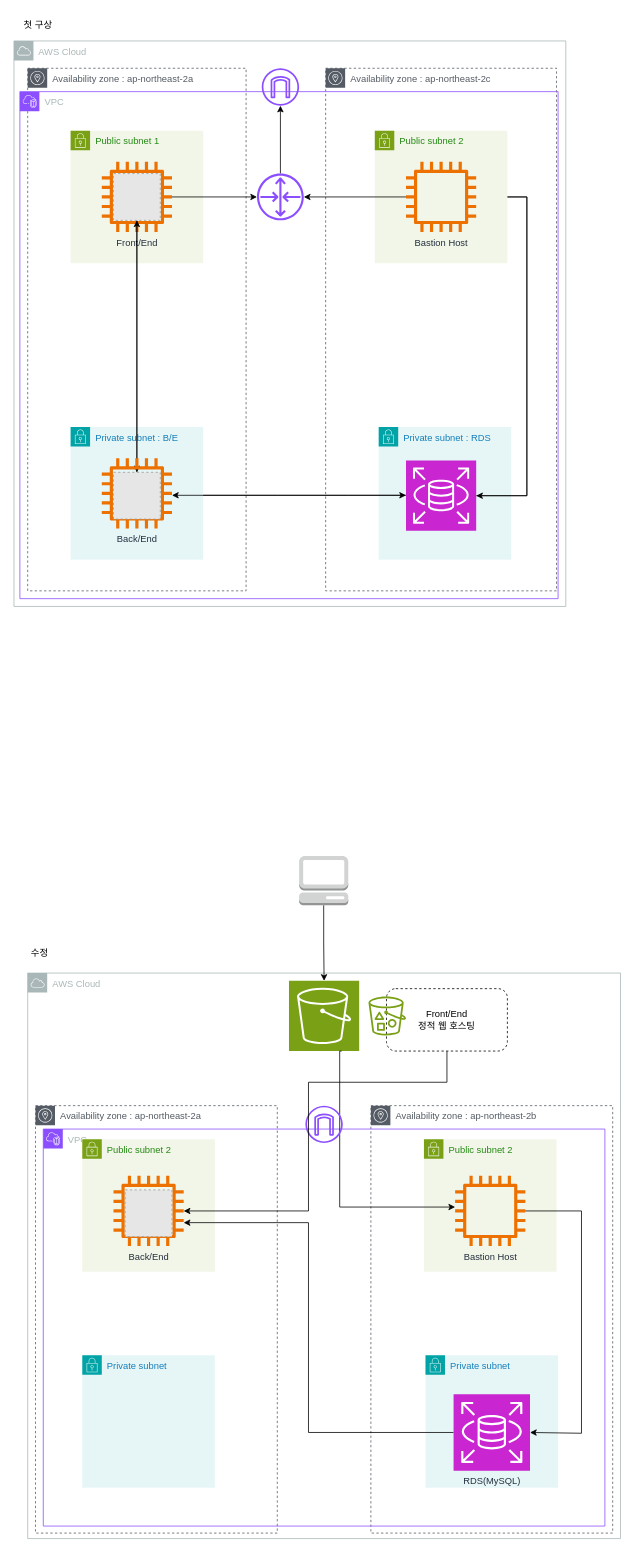
Before: 미니프로젝트-3 다이어그램.drawio in moonjichan/sesac_mini_3, a draw.io diagram. Source tidied: cells renumbered, new cells numbered last; positions are measured from the earlier drawing's top-left corner, leaving out a move shared by most shapes. Both pictures are drawn from the tidied source at 78%, with x=0, y=0 at pixel (13, 13). Pictures stored in the file or linked from it are replaced by grey dashed boxes.
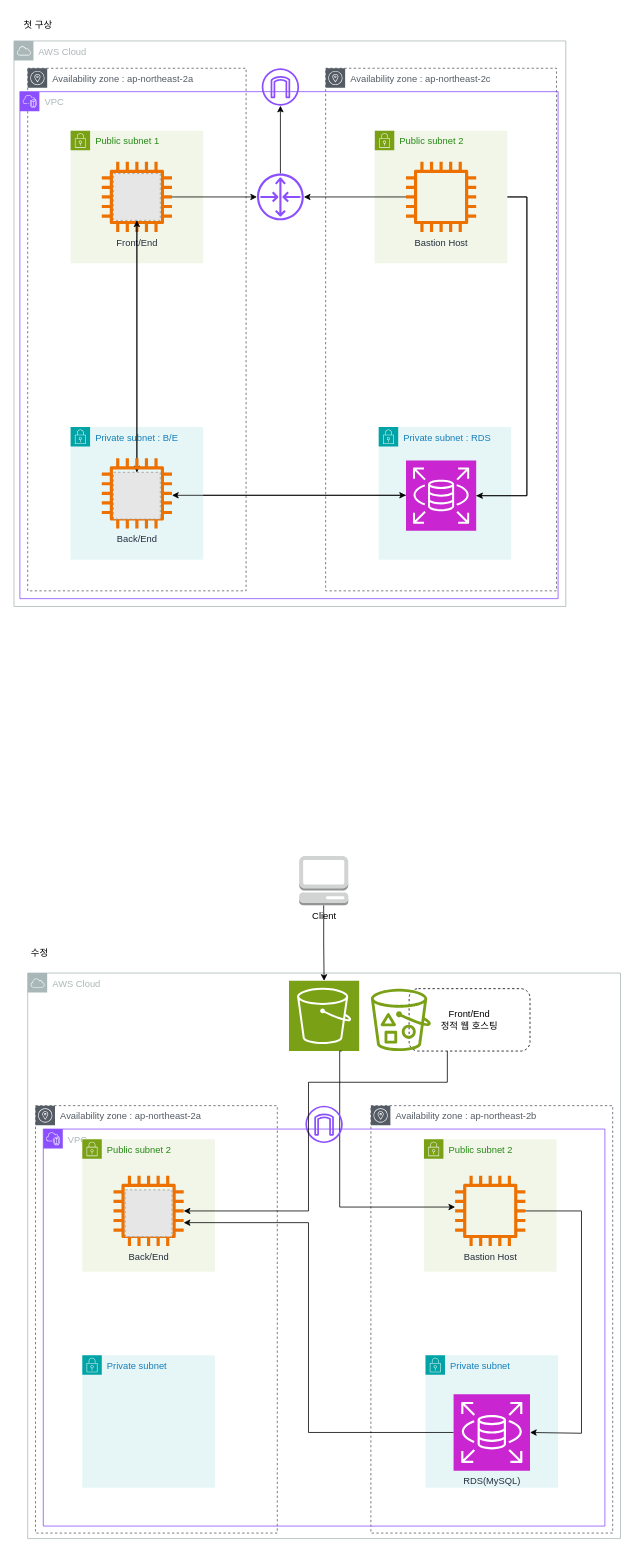
The same page after the edit.

Commit message:
미니프로젝트-3 다이어그램.drawio 업데이트

The edit, as a diff of the source:
```diff
@@
-    <mxCell id="42" style="outlineConnect=0;dashed=0;verticalLabelPosition=bottom;verticalAlign=top;align=center;html=1;shape=mxgraph.aws3.management_console;fillColor=#D2D3D3;gradientColor=none;" parent="1" vertex="1">
+    <mxCell id="42" value="Client" style="outlineConnect=0;dashed=0;verticalLabelPosition=bottom;verticalAlign=top;align=center;html=1;shape=mxgraph.aws3.management_console;fillColor=#D2D3D3;gradientColor=none;" parent="1" vertex="1">
       <mxGeometry x="366" y="1080" width="63" height="63" as="geometry" />
     </mxCell>
@@
-    <mxCell id="45" value="Front/End&lt;div&gt;정적 웹 호스팅&lt;/div&gt;" style="rounded=1;whiteSpace=wrap;html=1;glass=0;dashed=1;" parent="1" vertex="1">
-      <mxGeometry x="478" y="1250" width="155" height="80" as="geometry" />
+    <mxCell id="45" value="Front/End&lt;div&gt;정적 웹 호스팅&lt;/div&gt;" style="rounded=1;whiteSpace=wrap;html=1;glass=0;dashed=1;align=center;" parent="1" vertex="1">
+      <mxGeometry x="507" y="1250" width="155" height="80" as="geometry" />
     </mxCell>
     <mxCell id="46" style="sketch=0;fontColor=#232F3E;gradientColor=none;fillColor=#7AA116;strokeColor=none;dashed=0;verticalLabelPosition=bottom;verticalAlign=top;align=center;html=1;fontSize=12;fontStyle=0;shape=mxgraph.aws4.bucket_with_objects;" parent="1" vertex="1">
-      <mxGeometry x="454.9" y="1260" width="48.1" height="50" as="geometry" />
+      <mxGeometry x="458" y="1250" width="76.9" height="80" as="geometry" />
     </mxCell>
```
